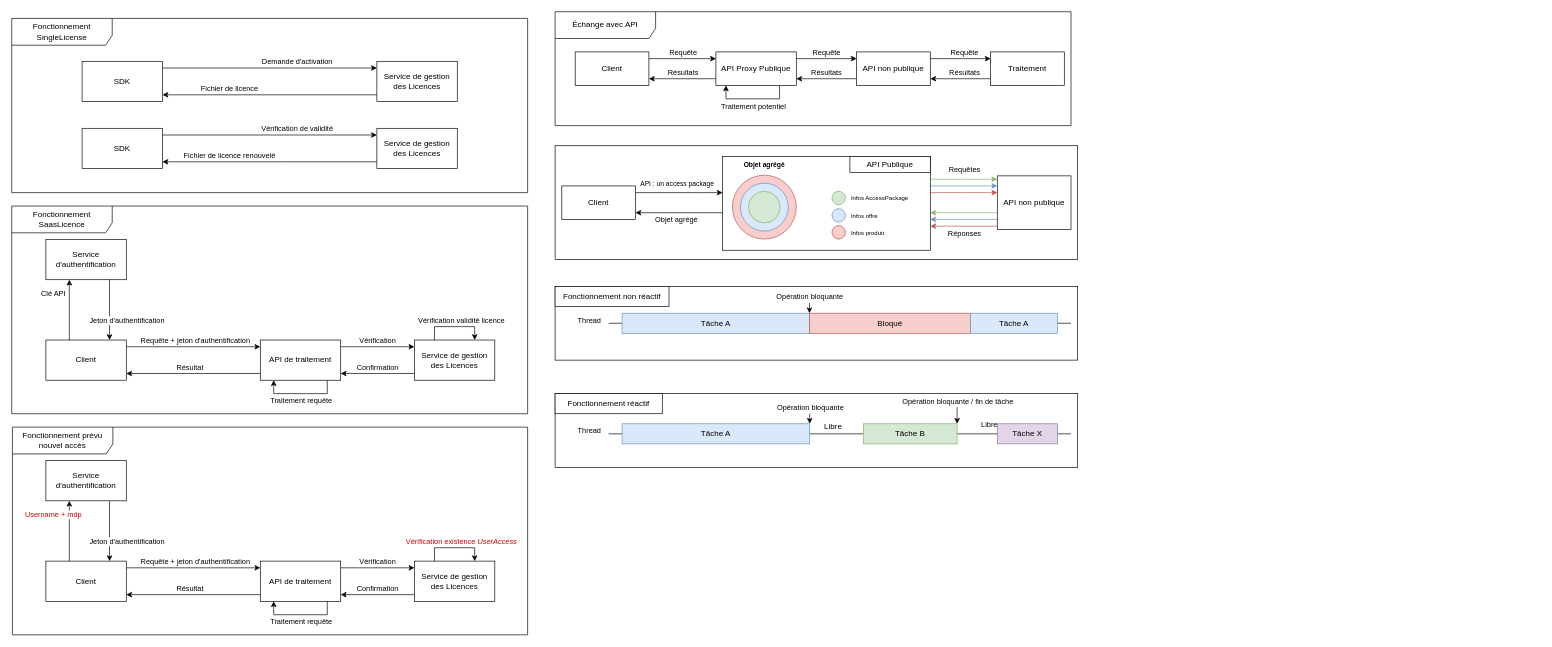
Before: Diagramme sans nom.drawio in Smaxxe/ProjetStage, a draw.io diagram. Source tidied: cells renumbered, new cells numbered last; positions are measured from the earlier drawing's top-left corner, leaving out a move shared by most shapes. Both pictures are drawn from the tidied source at 67%, with x=0, y=0 at pixel (11, 11).
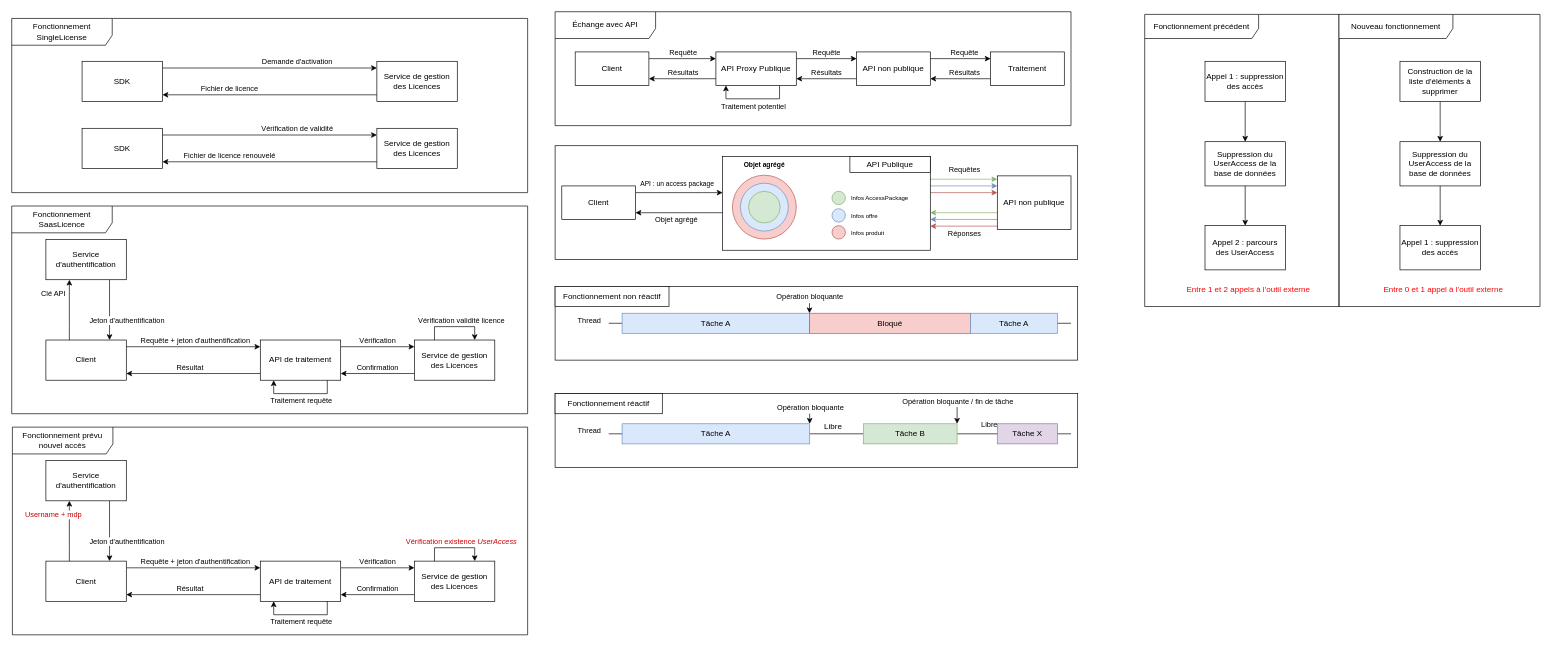
Above is the later version.

Commit message:
Mettre à jour Diagramme sans nom.drawio

Change to the diagram source:
```diff
@@
+    <mxCell id="127" style="edgeStyle=orthogonalEdgeStyle;rounded=0;jettySize=auto;html=1;" parent="1" edge="1" source="128" target="130">
+      <mxGeometry relative="1" as="geometry" />
+    </mxCell>
+    <mxCell id="128" value="Appel 1 : suppression des accès" style="rounded=0;whiteSpace=wrap;html=1;" parent="1" vertex="1">
+      <mxGeometry x="1781" y="74" width="120" height="60" as="geometry" />
+    </mxCell>
+    <mxCell id="129" style="edgeStyle=orthogonalEdgeStyle;rounded=0;jettySize=auto;html=1;" parent="1" edge="1" source="130" target="131">
+      <mxGeometry relative="1" as="geometry" />
+    </mxCell>
+    <mxCell id="130" value="Suppression du UserAccess de la base de données" style="rounded=0;whiteSpace=wrap;html=1;" parent="1" vertex="1">
+      <mxGeometry x="1781" y="194" width="120" height="66" as="geometry" />
+    </mxCell>
+    <mxCell id="131" value="Appel 2 : parcours des UserAccess " style="rounded=0;whiteSpace=wrap;html=1;" parent="1" vertex="1">
+      <mxGeometry x="1781" y="319.3" width="120" height="66" as="geometry" />
+    </mxCell>
+    <mxCell id="132" value="&lt;font color=&quot;#ff0000&quot;&gt;Entre 1 et 2 appels à l'outil externe&lt;/font&gt;" style="text;html=1;strokeColor=none;fillColor=none;align=center;verticalAlign=middle;whiteSpace=wrap;rounded=0;" parent="1" vertex="1">
+      <mxGeometry x="1731" y="400" width="230" height="30" as="geometry" />
+    </mxCell>
+    <mxCell id="133" style="edgeStyle=orthogonalEdgeStyle;rounded=0;jettySize=auto;html=1;" parent="1" edge="1" source="134" target="136">
+      <mxGeometry relative="1" as="geometry" />
+    </mxCell>
+    <mxCell id="134" value="Construction de la liste d'éléments à supprimer" style="rounded=0;whiteSpace=wrap;html=1;" parent="1" vertex="1">
+      <mxGeometry x="2072" y="74" width="120" height="60" as="geometry" />
+    </mxCell>
+    <mxCell id="135" style="edgeStyle=orthogonalEdgeStyle;rounded=0;jettySize=auto;html=1;" parent="1" edge="1" source="136" target="137">
+      <mxGeometry relative="1" as="geometry" />
+    </mxCell>
+    <mxCell id="136" value="Suppression du UserAccess de la base de données" style="rounded=0;whiteSpace=wrap;html=1;" parent="1" vertex="1">
+      <mxGeometry x="2072" y="194" width="120" height="66" as="geometry" />
+    </mxCell>
+    <mxCell id="137" value="Appel 1 : suppression des accès" style="rounded=0;whiteSpace=wrap;html=1;" parent="1" vertex="1">
+      <mxGeometry x="2072" y="319.3" width="120" height="66" as="geometry" />
+    </mxCell>
+    <mxCell id="138" value="&lt;font color=&quot;#ff0000&quot;&gt;Entre 0 et 1 appel à l'outil externe&lt;/font&gt;" style="text;html=1;strokeColor=none;fillColor=none;align=center;verticalAlign=middle;whiteSpace=wrap;rounded=0;" parent="1" vertex="1">
+      <mxGeometry x="2022" y="400" width="230" height="30" as="geometry" />
+    </mxCell>
+    <mxCell id="139" value="Fonctionnement précédent" style="shape=umlFrame;whiteSpace=wrap;html=1;width=170;height=36;" parent="1" vertex="1">
+      <mxGeometry x="1691" y="4" width="290" height="436" as="geometry" />
+    </mxCell>
+    <mxCell id="140" value="Nouveau fonctionnement" style="shape=umlFrame;whiteSpace=wrap;html=1;width=170;height=36;" parent="1" vertex="1">
+      <mxGeometry x="1981" y="4" width="300" height="436" as="geometry" />
+    </mxCell>
```
